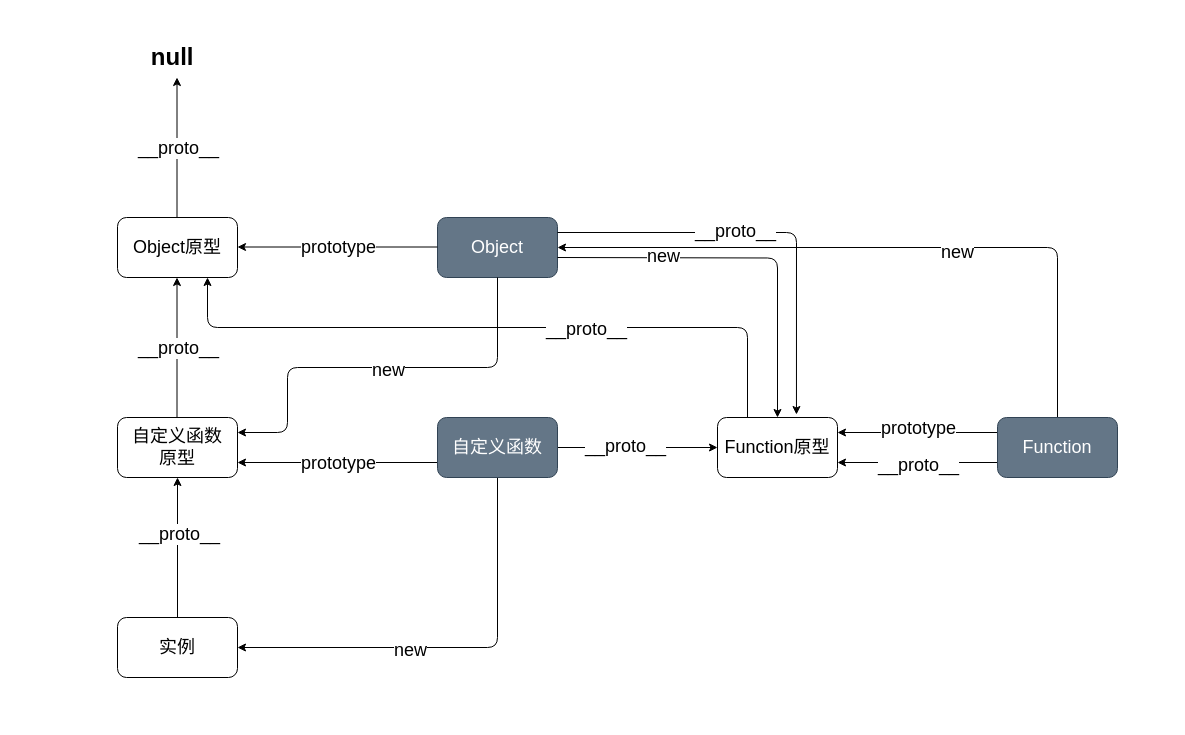
Above: 02 JS/1 base/day3/prototype_chain.dio in lbin-sama/web-review (draw.io), before the change. Source tidied: cells renumbered, new cells numbered last; positions are measured from the earlier drawing's top-left corner, leaving out a move shared by most shapes. Both pictures are drawn from the tidied source at 100%, with x=0, y=0 at pixel (117, 37).
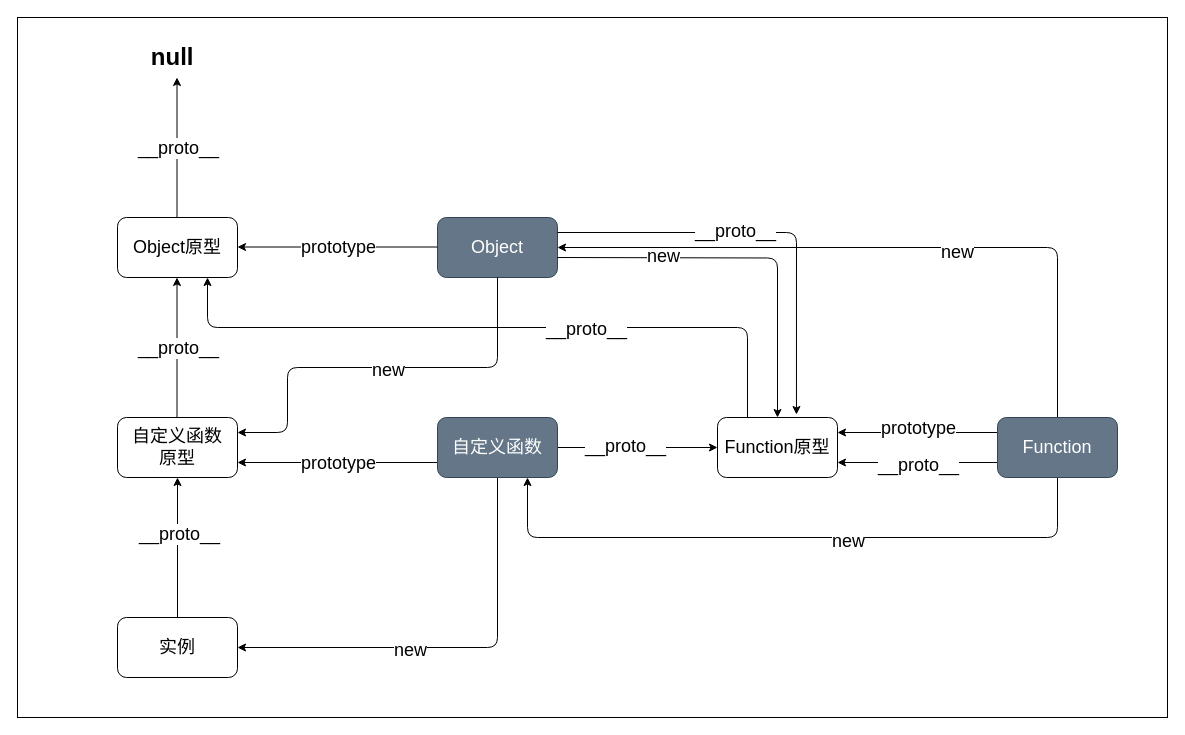
The same diagram, later.

Unchanged cells that the change refers to:
```xml
<mxCell id="11" value="&lt;span style=&quot;font-size: 18px;&quot;&gt;自定义函数&lt;/span&gt;" style="rounded=1;whiteSpace=wrap;html=1;fillColor=#647687;fontColor=#ffffff;strokeColor=#314354;" parent="1" vertex="1">
  <mxGeometry x="320" y="380" width="120" height="60" as="geometry" />
</mxCell>
<mxCell id="37" value="&lt;span style=&quot;font-size: 18px;&quot;&gt;Function&lt;/span&gt;" style="rounded=1;whiteSpace=wrap;html=1;fillColor=#647687;fontColor=#ffffff;strokeColor=#314354;" parent="1" vertex="1">
  <mxGeometry x="880" y="380" width="120" height="60" as="geometry" />
</mxCell>
```

The edit, as a diff of the source:
```diff
@@
+    <mxCell id="38" style="rounded=0;whiteSpace=wrap;html=1;" parent="1" vertex="1">
+      <mxGeometry x="-100" y="-20" width="1150" height="700" as="geometry" />
+    </mxCell>
@@
+    <mxCell id="39" style="edgeStyle=orthogonalEdgeStyle;html=1;exitX=0.5;exitY=1;exitDx=0;exitDy=0;entryX=0.75;entryY=1;entryDx=0;entryDy=0;" parent="1" edge="1" source="37" target="11">
+      <mxGeometry relative="1" as="geometry">
+        <Array as="points">
+          <mxPoint x="940" y="500" />
+          <mxPoint x="410" y="500" />
+        </Array>
+      </mxGeometry>
+    </mxCell>
+    <mxCell id="40" value="&lt;font style=&quot;font-size: 18px;&quot;&gt;new&lt;/font&gt;" style="edgeLabel;html=1;align=center;verticalAlign=middle;" parent="39" vertex="1">
+      <mxGeometry x="-0.17" y="3" relative="1" as="geometry" />
+    </mxCell>
```
